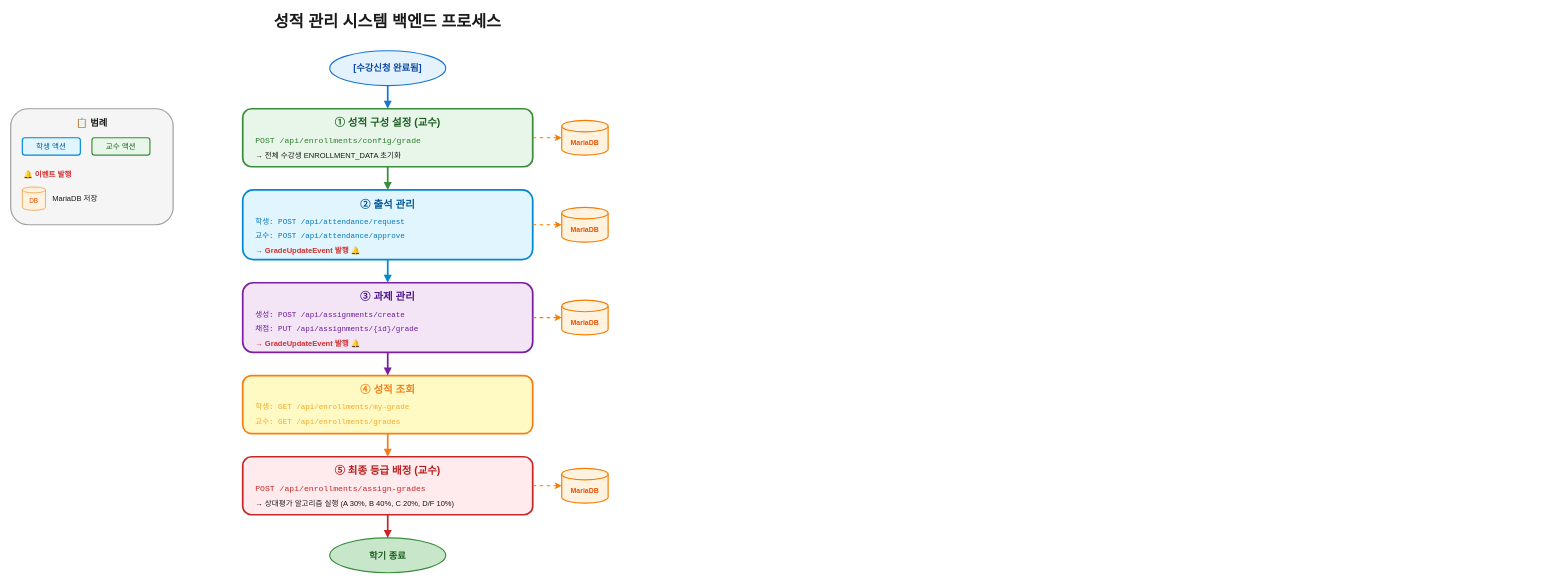
hooting76/blue-crab-lms keeps this draw.io diagram as backend/BlueCrab/docs/강의관련문서-신판/PPT용 다이어그램/성적 관리 시스템/다이어그램/01_전체_시스템_플로우.drawio. Above is the earlier version. Source tidied: cells renumbered, new cells numbered last; positions are measured from the earlier drawing's top-left corner, leaving out a move shared by most shapes. Both pictures are drawn from the tidied source at 58%, with x=0, y=0 at pixel (10, 10).
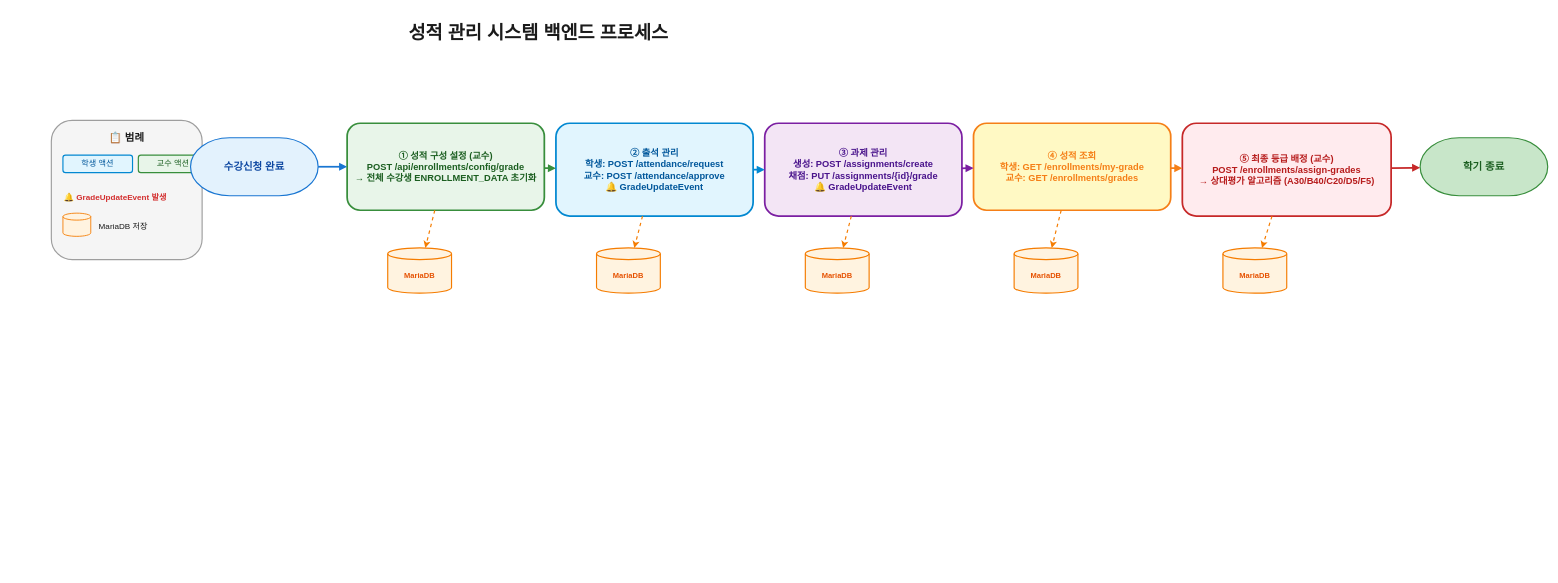
After the change.

Commit message (it also covers changes not shown here):
다이어그램.

The edit, as a diff of the source:
```diff
@@
-    <mxCell id="2" value="성적 관리 시스템 백엔드 프로세스" style="text;html=1;strokeColor=none;fillColor=none;align=center;verticalAlign=middle;whiteSpace=wrap;rounded=0;fontSize=28;fontStyle=1;fontColor=#1A1A1A;" parent="1" vertex="1">
-      <mxGeometry x="300" width="700" height="40" as="geometry" />
+    <mxCell id="2" value="성적 관리 시스템 백엔드 프로세스" style="text;html=1;strokeColor=none;fillColor=none;align=center;verticalAlign=middle;whiteSpace=wrap;rounded=0;fontSize=32;fontStyle=1;fontColor=#1A1A1A;" parent="1" vertex="1">
+      <mxGeometry x="570" y="10" width="680" height="60" as="geometry" />
     </mxCell>
+    <mxCell id="48" style="rounded=1;whiteSpace=wrap;html=1;fillColor=#F5F5F5;strokeColor=#9E9E9E;strokeWidth=2;verticalAlign=top;shadow=0;" parent="1" vertex="1">
+      <mxGeometry x="70" y="190" width="260" height="240" as="geometry" />
+    </mxCell>
+    <mxCell id="42" value="📋 범례" style="text;html=1;strokeColor=none;fillColor=none;align=center;verticalAlign=middle;whiteSpace=wrap;rounded=0;fontSize=18;fontStyle=1;fontColor=#1A1A1A;" parent="1" vertex="1">
+      <mxGeometry x="130" y="205" width="140" height="30" as="geometry" />
+    </mxCell>
+    <mxCell id="43" value="학생 액션" style="rounded=1;whiteSpace=wrap;html=1;fillColor=#E1F5FE;strokeColor=#0288D1;strokeWidth=2;fontColor=#01579B;fontSize=14;" parent="1" vertex="1">
+      <mxGeometry x="90" y="250" width="120" height="30" as="geometry" />
+    </mxCell>
+    <mxCell id="44" value="교수 액션" style="rounded=1;whiteSpace=wrap;html=1;fillColor=#E8F5E9;strokeColor=#388E3C;strokeWidth=2;fontColor=#1B5E20;fontSize=14;" parent="1" vertex="1">
+      <mxGeometry x="220" y="250" width="120" height="30" as="geometry" />
+    </mxCell>
+    <mxCell id="45" value="🔔 GradeUpdateEvent 발생" style="text;html=1;strokeColor=none;fillColor=none;align=left;verticalAlign=middle;whiteSpace=wrap;rounded=0;fontSize=14;fontColor=#D32F2F;fontStyle=1;" parent="1" vertex="1">
+      <mxGeometry x="90" y="308" width="210" height="30" as="geometry" />
+    </mxCell>
+    <mxCell id="49" style="shape=cylinder3;whiteSpace=wrap;html=1;boundedLbl=1;backgroundOutline=1;size=6;fillColor=#FFF3E0;strokeColor=#F57C00;strokeWidth=1.5;fontColor=#E65100;fontSize=12;fontStyle=1;" parent="1" vertex="1">
+      <mxGeometry x="90" y="350" width="48" height="40" as="geometry" />
+    </mxCell>
+    <mxCell id="47" value="MariaDB 저장" style="text;html=1;strokeColor=none;fillColor=none;align=left;verticalAlign=middle;whiteSpace=wrap;rounded=0;fontSize=14;fontColor=#1A1A1A;" parent="1" vertex="1">
+      <mxGeometry x="150" y="358" width="150" height="30" as="geometry" />
+    </mxCell>
-    <mxCell id="3" value="[수강신청 완료됨]" style="strokeWidth=2;html=1;shape=mxgraph.flowchart.start_1;whiteSpace=wrap;fillColor=#E3F2FD;strokeColor=#1976D2;fontColor=#0D47A1;fontSize=16;fontStyle=1;" parent="1" vertex="1">
-      <mxGeometry x="550" y="70" width="200" height="60" as="geometry" />
+    <mxCell id="3" value="수강신청 완료" style="strokeWidth=2;html=1;shape=mxgraph.flowchart.terminator;whiteSpace=wrap;fillColor=#E3F2FD;strokeColor=#1976D2;fontColor=#0D47A1;fontSize=18;fontStyle=1;" parent="1" vertex="1">
+      <mxGeometry x="310" y="220" width="220" height="100" as="geometry" />
     </mxCell>
-    <mxCell id="4" style="rounded=1;whiteSpace=wrap;html=1;fillColor=#E8F5E9;strokeColor=#388E3C;strokeWidth=3;verticalAlign=top;" parent="1" vertex="1">
-      <mxGeometry x="400" y="170" width="500" height="100" as="geometry" />
+    <mxCell id="4" value="① 성적 구성 설정 (교수)&#10;POST /api/enrollments/config/grade&#10;→ 전체 수강생 ENROLLMENT_DATA 초기화" style="rounded=1;whiteSpace=wrap;html=1;fillColor=#E8F5E9;strokeColor=#388E3C;strokeWidth=3;fontColor=#1B5E20;fontSize=16;fontStyle=1;" parent="1" vertex="1">
+      <mxGeometry x="580" y="195" width="340" height="150" as="geometry" />
     </mxCell>
-    <mxCell id="5" value="① 성적 구성 설정 (교수)" style="text;html=1;strokeColor=none;fillColor=none;align=center;verticalAlign=middle;whiteSpace=wrap;rounded=0;fontSize=18;fontStyle=1;fontColor=#1B5E20;" parent="1" vertex="1">
-      <mxGeometry x="500" y="180" width="300" height="30" as="geometry" />
-    </mxCell>
-    <mxCell id="6" value="POST /api/enrollments/config/grade" style="text;html=1;strokeColor=none;fillColor=none;align=left;verticalAlign=middle;whiteSpace=wrap;rounded=0;fontSize=14;fontColor=#2E7D32;fontFamily=Courier New;" parent="1" vertex="1">
-      <mxGeometry x="420" y="215" width="350" height="20" as="geometry" />
-    </mxCell>
-    <mxCell id="7" value="→ 전체 수강생 ENROLLMENT_DATA 초기화" style="text;html=1;strokeColor=none;fillColor=none;align=left;verticalAlign=middle;whiteSpace=wrap;rounded=0;fontSize=13;fontColor=#1A1A1A;" parent="1" vertex="1">
-      <mxGeometry x="420" y="240" width="450" height="20" as="geometry" />
-    </mxCell>
-    <mxCell id="8" value="MariaDB" style="shape=cylinder3;whiteSpace=wrap;html=1;boundedLbl=1;backgroundOutline=1;size=10;fillColor=#FFF3E0;strokeColor=#F57C00;strokeWidth=2;fontColor=#E65100;fontSize=12;fontStyle=1;" parent="1" vertex="1">
-      <mxGeometry x="950" y="190" width="80" height="60" as="geometry" />
-    </mxCell>
-    <mxCell id="9" style="rounded=1;whiteSpace=wrap;html=1;fillColor=#E1F5FE;strokeColor=#0288D1;strokeWidth=3;verticalAlign=top;" parent="1" vertex="1">
-      <mxGeometry x="400" y="310" width="500" height="120" as="geometry" />
+    <mxCell id="9" value="② 출석 관리&#10;학생: POST /attendance/request&#10;교수: POST /attendance/approve&#10;🔔 GradeUpdateEvent" style="rounded=1;whiteSpace=wrap;html=1;fillColor=#E1F5FE;strokeColor=#0288D1;strokeWidth=3;fontColor=#01579B;fontSize=16;fontStyle=1;" parent="1" vertex="1">
+      <mxGeometry x="940" y="195" width="340" height="160" as="geometry" />
     </mxCell>
-    <mxCell id="10" value="② 출석 관리" style="text;html=1;strokeColor=none;fillColor=none;align=center;verticalAlign=middle;whiteSpace=wrap;rounded=0;fontSize=18;fontStyle=1;fontColor=#01579B;" parent="1" vertex="1">
-      <mxGeometry x="500" y="320" width="300" height="30" as="geometry" />
-    </mxCell>
-    <mxCell id="11" value="학생: POST /api/attendance/request" style="text;html=1;strokeColor=none;fillColor=none;align=left;verticalAlign=middle;whiteSpace=wrap;rounded=0;fontSize=13;fontColor=#0277BD;fontFamily=Courier New;" parent="1" vertex="1">
-      <mxGeometry x="420" y="355" width="350" height="20" as="geometry" />
-    </mxCell>
-    <mxCell id="12" value="교수: POST /api/attendance/approve" style="text;html=1;strokeColor=none;fillColor=none;align=left;verticalAlign=middle;whiteSpace=wrap;rounded=0;fontSize=13;fontColor=#0277BD;fontFamily=Courier New;" parent="1" vertex="1">
-      <mxGeometry x="420" y="380" width="350" height="20" as="geometry" />
-    </mxCell>
-    <mxCell id="13" value="→ GradeUpdateEvent 발행 🔔" style="text;html=1;strokeColor=none;fillColor=none;align=left;verticalAlign=middle;whiteSpace=wrap;rounded=0;fontSize=13;fontColor=#D32F2F;fontStyle=1;" parent="1" vertex="1">
-      <mxGeometry x="420" y="405" width="300" height="20" as="geometry" />
-    </mxCell>
-    <mxCell id="14" value="MariaDB" style="shape=cylinder3;whiteSpace=wrap;html=1;boundedLbl=1;backgroundOutline=1;size=10;fillColor=#FFF3E0;strokeColor=#F57C00;strokeWidth=2;fontColor=#E65100;fontSize=12;fontStyle=1;" parent="1" vertex="1">
-      <mxGeometry x="950" y="340" width="80" height="60" as="geometry" />
-    </mxCell>
-    <mxCell id="15" style="rounded=1;whiteSpace=wrap;html=1;fillColor=#F3E5F5;strokeColor=#7B1FA2;strokeWidth=3;verticalAlign=top;" parent="1" vertex="1">
-      <mxGeometry x="400" y="470" width="500" height="120" as="geometry" />
+    <mxCell id="15" value="③ 과제 관리&#10;생성: POST /assignments/create&#10;채점: PUT /assignments/{id}/grade&#10;🔔 GradeUpdateEvent" style="rounded=1;whiteSpace=wrap;html=1;fillColor=#F3E5F5;strokeColor=#7B1FA2;strokeWidth=3;fontColor=#4A148C;fontSize=16;fontStyle=1;" parent="1" vertex="1">
+      <mxGeometry x="1300" y="195" width="340" height="160" as="geometry" />
     </mxCell>
-    <mxCell id="16" value="③ 과제 관리" style="text;html=1;strokeColor=none;fillColor=none;align=center;verticalAlign=middle;whiteSpace=wrap;rounded=0;fontSize=18;fontStyle=1;fontColor=#4A148C;" parent="1" vertex="1">
-      <mxGeometry x="500" y="480" width="300" height="30" as="geometry" />
-    </mxCell>
-    <mxCell id="17" value="생성: POST /api/assignments/create" style="text;html=1;strokeColor=none;fillColor=none;align=left;verticalAlign=middle;whiteSpace=wrap;rounded=0;fontSize=13;fontColor=#6A1B9A;fontFamily=Courier New;" parent="1" vertex="1">
-      <mxGeometry x="420" y="515" width="350" height="20" as="geometry" />
-    </mxCell>
-    <mxCell id="18" value="채점: PUT /api/assignments/{id}/grade" style="text;html=1;strokeColor=none;fillColor=none;align=left;verticalAlign=middle;whiteSpace=wrap;rounded=0;fontSize=13;fontColor=#6A1B9A;fontFamily=Courier New;" parent="1" vertex="1">
-      <mxGeometry x="420" y="540" width="350" height="20" as="geometry" />
-    </mxCell>
-    <mxCell id="19" value="→ GradeUpdateEvent 발행 🔔" style="text;html=1;strokeColor=none;fillColor=none;align=left;verticalAlign=middle;whiteSpace=wrap;rounded=0;fontSize=13;fontColor=#D32F2F;fontStyle=1;" parent="1" vertex="1">
-      <mxGeometry x="420" y="565" width="300" height="20" as="geometry" />
-    </mxCell>
-    <mxCell id="20" value="MariaDB" style="shape=cylinder3;whiteSpace=wrap;html=1;boundedLbl=1;backgroundOutline=1;size=10;fillColor=#FFF3E0;strokeColor=#F57C00;strokeWidth=2;fontColor=#E65100;fontSize=12;fontStyle=1;" parent="1" vertex="1">
-      <mxGeometry x="950" y="500" width="80" height="60" as="geometry" />
-    </mxCell>
-    <mxCell id="21" style="rounded=1;whiteSpace=wrap;html=1;fillColor=#FFF9C4;strokeColor=#F57F17;strokeWidth=3;verticalAlign=top;" parent="1" vertex="1">
-      <mxGeometry x="400" y="630" width="500" height="100" as="geometry" />
+    <mxCell id="21" value="④ 성적 조회&#10;학생: GET /enrollments/my-grade&#10;교수: GET /enrollments/grades" style="rounded=1;whiteSpace=wrap;html=1;fillColor=#FFF9C4;strokeColor=#F57F17;strokeWidth=3;fontColor=#F57F17;fontSize=16;fontStyle=1;" parent="1" vertex="1">
+      <mxGeometry x="1660" y="195" width="340" height="150" as="geometry" />
     </mxCell>
-    <mxCell id="22" value="④ 성적 조회" style="text;html=1;strokeColor=none;fillColor=none;align=center;verticalAlign=middle;whiteSpace=wrap;rounded=0;fontSize=18;fontStyle=1;fontColor=#F57F17;" parent="1" vertex="1">
-      <mxGeometry x="500" y="640" width="300" height="30" as="geometry" />
-    </mxCell>
-    <mxCell id="23" value="학생: GET /api/enrollments/my-grade" style="text;html=1;strokeColor=none;fillColor=none;align=left;verticalAlign=middle;whiteSpace=wrap;rounded=0;fontSize=13;fontColor=#F9A825;fontFamily=Courier New;" parent="1" vertex="1">
-      <mxGeometry x="420" y="675" width="350" height="20" as="geometry" />
-    </mxCell>
-    <mxCell id="24" value="교수: GET /api/enrollments/grades" style="text;html=1;strokeColor=none;fillColor=none;align=left;verticalAlign=middle;whiteSpace=wrap;rounded=0;fontSize=13;fontColor=#F9A825;fontFamily=Courier New;" parent="1" vertex="1">
-      <mxGeometry x="420" y="700" width="350" height="20" as="geometry" />
-    </mxCell>
-    <mxCell id="25" style="rounded=1;whiteSpace=wrap;html=1;fillColor=#FFEBEE;strokeColor=#C62828;strokeWidth=3;verticalAlign=top;" parent="1" vertex="1">
-      <mxGeometry x="400" y="770" width="500" height="100" as="geometry" />
+    <mxCell id="25" value="⑤ 최종 등급 배정 (교수)&#10;POST /enrollments/assign-grades&#10;→ 상대평가 알고리즘 (A30/B40/C20/D5/F5)" style="rounded=1;whiteSpace=wrap;html=1;fillColor=#FFEBEE;strokeColor=#C62828;strokeWidth=3;fontColor=#B71C1C;fontSize=16;fontStyle=1;" parent="1" vertex="1">
+      <mxGeometry x="2020" y="195" width="360" height="160" as="geometry" />
     </mxCell>
-    <mxCell id="26" value="⑤ 최종 등급 배정 (교수)" style="text;html=1;strokeColor=none;fillColor=none;align=center;verticalAlign=middle;whiteSpace=wrap;rounded=0;fontSize=18;fontStyle=1;fontColor=#B71C1C;" parent="1" vertex="1">
-      <mxGeometry x="500" y="780" width="300" height="30" as="geometry" />
-    </mxCell>
-    <mxCell id="27" value="POST /api/enrollments/assign-grades" style="text;html=1;strokeColor=none;fillColor=none;align=left;verticalAlign=middle;whiteSpace=wrap;rounded=0;fontSize=14;fontColor=#C62828;fontFamily=Courier New;" parent="1" vertex="1">
-      <mxGeometry x="420" y="815" width="380" height="20" as="geometry" />
-    </mxCell>
-    <mxCell id="28" value="→ 상대평가 알고리즘 실행 (A 30%, B 40%, C 20%, D/F 10%)" style="text;html=1;strokeColor=none;fillColor=none;align=left;verticalAlign=middle;whiteSpace=wrap;rounded=0;fontSize=13;fontColor=#1A1A1A;" parent="1" vertex="1">
-      <mxGeometry x="420" y="840" width="450" height="20" as="geometry" />
-    </mxCell>
-    <mxCell id="29" value="MariaDB" style="shape=cylinder3;whiteSpace=wrap;html=1;boundedLbl=1;backgroundOutline=1;size=10;fillColor=#FFF3E0;strokeColor=#F57C00;strokeWidth=2;fontColor=#E65100;fontSize=12;fontStyle=1;" parent="1" vertex="1">
-      <mxGeometry x="950" y="790" width="80" height="60" as="geometry" />
-    </mxCell>
-    <mxCell id="30" value="학기 종료" style="strokeWidth=2;html=1;shape=mxgraph.flowchart.start_1;whiteSpace=wrap;fillColor=#C8E6C9;strokeColor=#388E3C;fontColor=#1B5E20;fontSize=16;fontStyle=1;" parent="1" vertex="1">
-      <mxGeometry x="550" y="910" width="200" height="60" as="geometry" />
+    <mxCell id="30" value="학기 종료" style="strokeWidth=2;html=1;shape=mxgraph.flowchart.terminator;whiteSpace=wrap;fillColor=#C8E6C9;strokeColor=#388E3C;fontColor=#1B5E20;fontSize=18;fontStyle=1;" parent="1" vertex="1">
+      <mxGeometry x="2430" y="220" width="220" height="100" as="geometry" />
     </mxCell>
-    <mxCell id="31" style="edgeStyle=orthogonalEdgeStyle;rounded=0;jettySize=auto;html=1;strokeWidth=3;strokeColor=#1976D2;endArrow=block;endFill=1;" parent="1" edge="1" source="3" target="4">
+    <mxCell id="31" style="endArrow=block;html=1;strokeWidth=3;strokeColor=#1976D2;strokeLinecap=round;" parent="1" edge="1" source="3" target="4">
       <mxGeometry relative="1" as="geometry" />
     </mxCell>
-    <mxCell id="32" style="edgeStyle=orthogonalEdgeStyle;rounded=0;jettySize=auto;html=1;strokeWidth=3;strokeColor=#388E3C;endArrow=block;endFill=1;" parent="1" edge="1" source="4" target="9">
+    <mxCell id="32" style="endArrow=block;html=1;strokeWidth=3;strokeColor=#388E3C;strokeLinecap=round;" parent="1" edge="1" source="4" target="9">
       <mxGeometry relative="1" as="geometry" />
     </mxCell>
-    <mxCell id="33" style="edgeStyle=orthogonalEdgeStyle;rounded=0;jettySize=auto;html=1;strokeWidth=3;strokeColor=#0288D1;endArrow=block;endFill=1;" parent="1" edge="1" source="9" target="15">
+    <mxCell id="33" style="endArrow=block;html=1;strokeWidth=3;strokeColor=#0288D1;strokeLinecap=round;" parent="1" edge="1" source="9" target="15">
       <mxGeometry relative="1" as="geometry" />
     </mxCell>
-    <mxCell id="34" style="edgeStyle=orthogonalEdgeStyle;rounded=0;jettySize=auto;html=1;strokeWidth=3;strokeColor=#7B1FA2;endArrow=block;endFill=1;" parent="1" edge="1" source="15" target="21">
+    <mxCell id="34" style="endArrow=block;html=1;strokeWidth=3;strokeColor=#7B1FA2;strokeLinecap=round;" parent="1" edge="1" source="15" target="21">
       <mxGeometry relative="1" as="geometry" />
     </mxCell>
-    <mxCell id="35" style="edgeStyle=orthogonalEdgeStyle;rounded=0;jettySize=auto;html=1;strokeWidth=3;strokeColor=#F57F17;endArrow=block;endFill=1;" parent="1" edge="1" source="21" target="25">
+    <mxCell id="35" style="endArrow=block;html=1;strokeWidth=3;strokeColor=#F57F17;strokeLinecap=round;" parent="1" edge="1" source="21" target="25">
       <mxGeometry relative="1" as="geometry" />
     </mxCell>
-    <mxCell id="36" style="edgeStyle=orthogonalEdgeStyle;rounded=0;jettySize=auto;html=1;strokeWidth=3;strokeColor=#C62828;endArrow=block;endFill=1;" parent="1" edge="1" source="25" target="30">
+    <mxCell id="36" style="endArrow=block;html=1;strokeWidth=3;strokeColor=#C62828;strokeLinecap=round;" parent="1" edge="1" source="25" target="30">
       <mxGeometry relative="1" as="geometry" />
     </mxCell>
+    <mxCell id="8" value="MariaDB" style="shape=cylinder3;whiteSpace=wrap;html=1;boundedLbl=1;backgroundOutline=1;size=10;fillColor=#FFF3E0;strokeColor=#F57C00;strokeWidth=2;fontColor=#E65100;fontSize=13;fontStyle=1;" parent="1" vertex="1">
+      <mxGeometry x="650" y="410" width="110" height="78" as="geometry" />
+    </mxCell>
+    <mxCell id="14" value="MariaDB" style="shape=cylinder3;whiteSpace=wrap;html=1;boundedLbl=1;backgroundOutline=1;size=10;fillColor=#FFF3E0;strokeColor=#F57C00;strokeWidth=2;fontColor=#E65100;fontSize=13;fontStyle=1;" parent="1" vertex="1">
+      <mxGeometry x="1010" y="410" width="110" height="78" as="geometry" />
+    </mxCell>
+    <mxCell id="20" value="MariaDB" style="shape=cylinder3;whiteSpace=wrap;html=1;boundedLbl=1;backgroundOutline=1;size=10;fillColor=#FFF3E0;strokeColor=#F57C00;strokeWidth=2;fontColor=#E65100;fontSize=13;fontStyle=1;" parent="1" vertex="1">
+      <mxGeometry x="1370" y="410" width="110" height="78" as="geometry" />
+    </mxCell>
+    <mxCell id="50" value="MariaDB" style="shape=cylinder3;whiteSpace=wrap;html=1;boundedLbl=1;backgroundOutline=1;size=10;fillColor=#FFF3E0;strokeColor=#F57C00;strokeWidth=2;fontColor=#E65100;fontSize=13;fontStyle=1;" parent="1" vertex="1">
+      <mxGeometry x="1730" y="410" width="110" height="78" as="geometry" />
+    </mxCell>
+    <mxCell id="29" value="MariaDB" style="shape=cylinder3;whiteSpace=wrap;html=1;boundedLbl=1;backgroundOutline=1;size=10;fillColor=#FFF3E0;strokeColor=#F57C00;strokeWidth=2;fontColor=#E65100;fontSize=13;fontStyle=1;" parent="1" vertex="1">
+      <mxGeometry x="2090" y="410" width="110" height="78" as="geometry" />
+    </mxCell>
-    <mxCell id="37" style="edgeStyle=orthogonalEdgeStyle;rounded=0;jettySize=auto;html=1;strokeWidth=2;strokeColor=#F57C00;endArrow=classic;endFill=1;dashed=1;" parent="1" edge="1" source="4" target="8">
+    <mxCell id="37" style="endArrow=classic;html=1;strokeWidth=2;strokeColor=#F57C00;dashed=1;" parent="1" edge="1" source="4" target="8">
       <mxGeometry relative="1" as="geometry" />
     </mxCell>
-    <mxCell id="38" style="edgeStyle=orthogonalEdgeStyle;rounded=0;jettySize=auto;html=1;strokeWidth=2;strokeColor=#F57C00;endArrow=classic;endFill=1;dashed=1;" parent="1" edge="1" source="9" target="14">
+    <mxCell id="38" style="endArrow=classic;html=1;strokeWidth=2;strokeColor=#F57C00;dashed=1;" parent="1" edge="1" source="9" target="14">
       <mxGeometry relative="1" as="geometry" />
     </mxCell>
-    <mxCell id="39" style="edgeStyle=orthogonalEdgeStyle;rounded=0;jettySize=auto;html=1;strokeWidth=2;strokeColor=#F57C00;endArrow=classic;endFill=1;dashed=1;" parent="1" edge="1" source="15" target="20">
+    <mxCell id="39" style="endArrow=classic;html=1;strokeWidth=2;strokeColor=#F57C00;dashed=1;" parent="1" edge="1" source="15" target="20">
       <mxGeometry relative="1" as="geometry" />
     </mxCell>
+    <mxCell id="51" style="endArrow=classic;html=1;strokeWidth=2;strokeColor=#F57C00;dashed=1;" parent="1" edge="1" source="21" target="50">
+      <mxGeometry relative="1" as="geometry" />
+    </mxCell>
-    <mxCell id="40" style="edgeStyle=orthogonalEdgeStyle;rounded=0;jettySize=auto;html=1;strokeWidth=2;strokeColor=#F57C00;endArrow=classic;endFill=1;dashed=1;" parent="1" edge="1" source="25" target="29">
+    <mxCell id="40" style="endArrow=classic;html=1;strokeWidth=2;strokeColor=#F57C00;dashed=1;" parent="1" edge="1" source="25" target="29">
       <mxGeometry relative="1" as="geometry" />
     </mxCell>
-    <mxCell id="41" style="rounded=1;whiteSpace=wrap;html=1;fillColor=#F5F5F5;strokeColor=#9E9E9E;strokeWidth=2;verticalAlign=top;" parent="1" vertex="1">
-      <mxGeometry y="170" width="280" height="200" as="geometry" />
-    </mxCell>
-    <mxCell id="42" value="📋 범례" style="text;html=1;strokeColor=none;fillColor=none;align=center;verticalAlign=middle;whiteSpace=wrap;rounded=0;fontSize=16;fontStyle=1;fontColor=#1A1A1A;" parent="1" vertex="1">
-      <mxGeometry x="70" y="180" width="140" height="30" as="geometry" />
-    </mxCell>
-    <mxCell id="43" value="학생 액션" style="rounded=1;whiteSpace=wrap;html=1;fillColor=#E1F5FE;strokeColor=#0288D1;strokeWidth=2;fontColor=#01579B;fontSize=13;" parent="1" vertex="1">
-      <mxGeometry x="20" y="220" width="100" height="30" as="geometry" />
-    </mxCell>
-    <mxCell id="44" value="교수 액션" style="rounded=1;whiteSpace=wrap;html=1;fillColor=#E8F5E9;strokeColor=#388E3C;strokeWidth=2;fontColor=#1B5E20;fontSize=13;" parent="1" vertex="1">
-      <mxGeometry x="140" y="220" width="100" height="30" as="geometry" />
-    </mxCell>
-    <mxCell id="45" value="🔔 이벤트 발행" style="text;html=1;strokeColor=none;fillColor=none;align=left;verticalAlign=middle;whiteSpace=wrap;rounded=0;fontSize=13;fontColor=#D32F2F;fontStyle=1;" parent="1" vertex="1">
-      <mxGeometry x="20" y="270" width="200" height="25" as="geometry" />
-    </mxCell>
-    <mxCell id="46" value="DB" style="shape=cylinder3;whiteSpace=wrap;html=1;boundedLbl=1;backgroundOutline=1;size=5;fillColor=#FFF3E0;strokeColor=#F57C00;strokeWidth=1;fontColor=#E65100;fontSize=11;" parent="1" vertex="1">
-      <mxGeometry x="20" y="305" width="40" height="40" as="geometry" />
-    </mxCell>
-    <mxCell id="47" value="MariaDB 저장" style="text;html=1;strokeColor=none;fillColor=none;align=left;verticalAlign=middle;whiteSpace=wrap;rounded=0;fontSize=13;fontColor=#1A1A1A;" parent="1" vertex="1">
-      <mxGeometry x="70" y="312" width="150" height="25" as="geometry" />
-    </mxCell>
```
